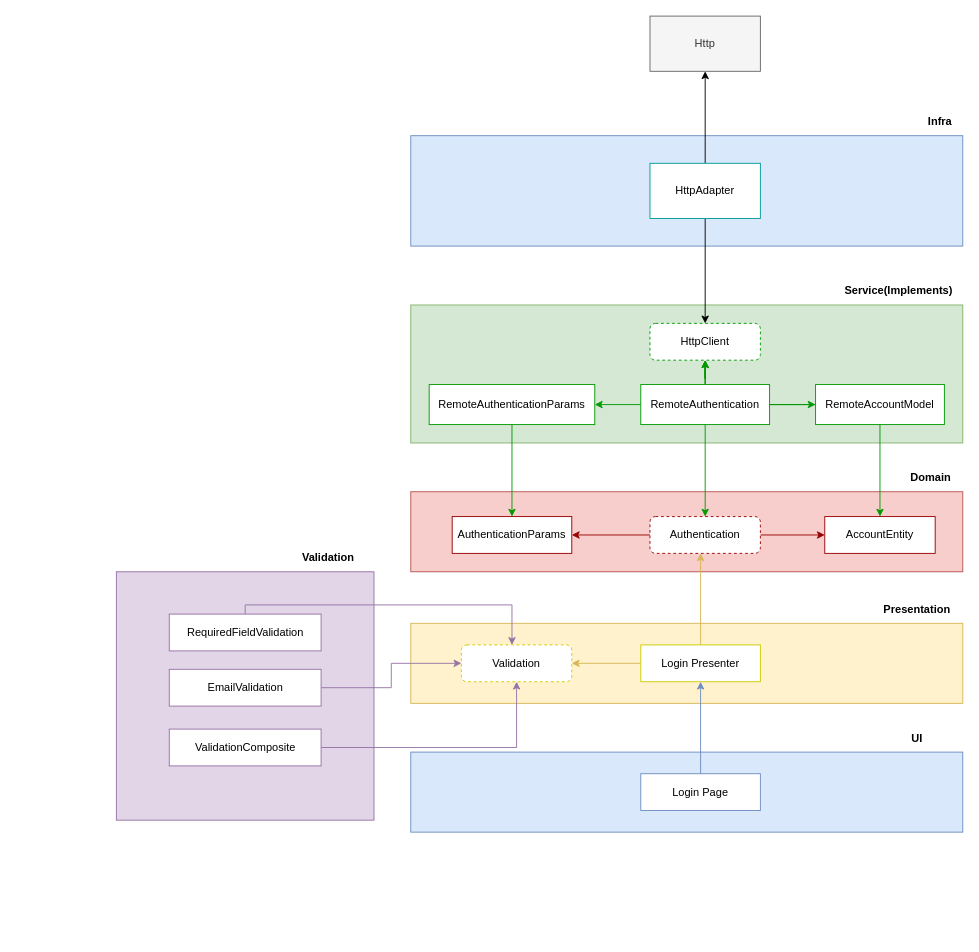
This is Untitled Diagram.drawio from VagnerWillian/estudo-tdd-clean-flutter, a draw.io file, before an edit. Source tidied: cells renumbered, new cells numbered last; positions are measured from the earlier drawing's top-left corner, leaving out a move shared by most shapes. Both pictures are drawn from the tidied source at 92%, with x=0, y=0 at pixel (116, 16).
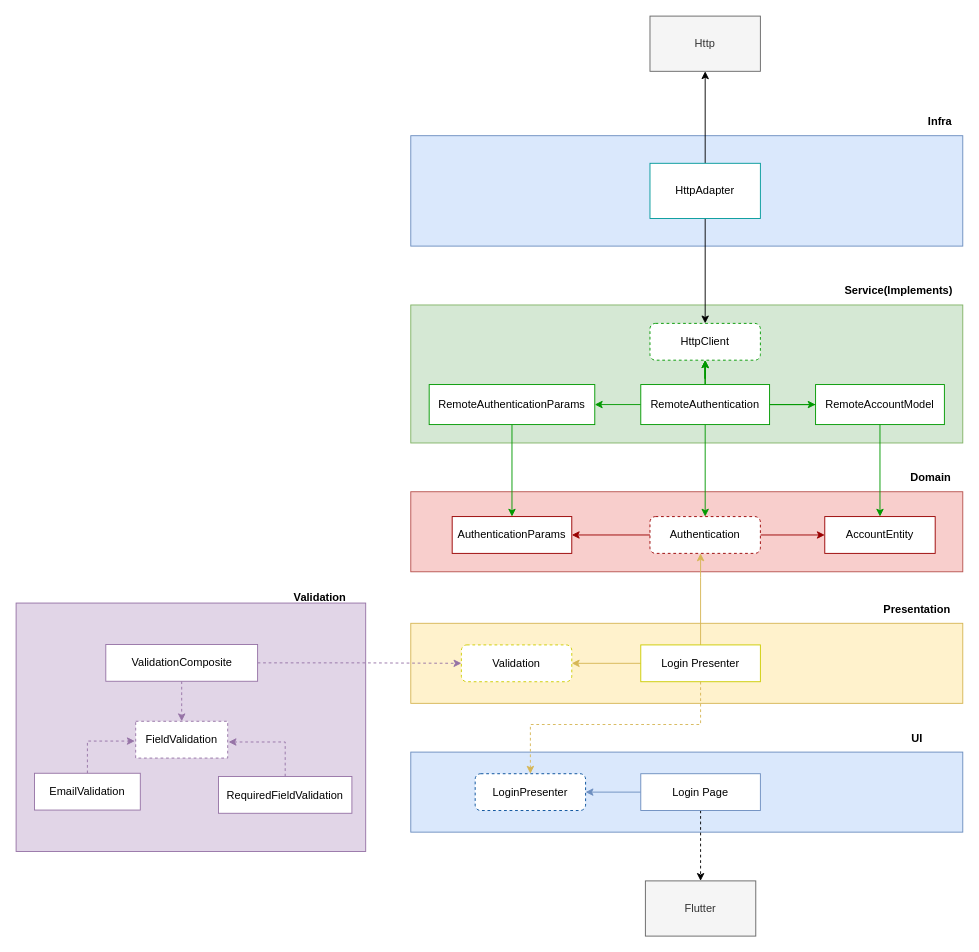
Above is the later version.

Unchanged cells that the change refers to:
```xml
<mxCell id="32" value="Login Presenter" style="rounded=0;whiteSpace=wrap;html=1;strokeColor=#CCCC00;" parent="1" vertex="1">
  <mxGeometry x="570" y="683.5" width="130" height="40" as="geometry" />
</mxCell>
<mxCell id="33" value="Validation" style="rounded=1;whiteSpace=wrap;html=1;dashed=1;strokeColor=#CCCC00;" parent="1" vertex="1">
  <mxGeometry x="375" y="683.5" width="120" height="40" as="geometry" />
</mxCell>
<mxCell id="36" value="Login Page" style="rounded=0;whiteSpace=wrap;html=1;strokeColor=#6c8ebf;fillColor=#FFFFFF;" parent="1" vertex="1">
  <mxGeometry x="570" y="823.5" width="130" height="40" as="geometry" />
</mxCell>
```

The edit, as a diff of the source:
```diff
@@
-    <mxCell id="35" style="edgeStyle=orthogonalEdgeStyle;rounded=0;jettySize=auto;html=1;fillColor=#dae8fc;strokeColor=#6c8ebf;" parent="1" edge="1" source="36" target="32">
-      <mxGeometry relative="1" as="geometry" />
-    </mxCell>
+    <mxCell id="47" style="edgeStyle=orthogonalEdgeStyle;rounded=0;jettySize=auto;html=1;fillColor=#dae8fc;strokeColor=#6c8ebf;" parent="1" edge="1" source="36" target="53">
+      <mxGeometry relative="1" as="geometry" />
+    </mxCell>
+    <mxCell id="48" style="edgeStyle=orthogonalEdgeStyle;rounded=0;jettySize=auto;html=1;dashed=1;" parent="1" edge="1" source="36" target="52">
+      <mxGeometry relative="1" as="geometry" />
+    </mxCell>
@@
     <mxCell id="39" style="rounded=0;whiteSpace=wrap;html=1;fillColor=#e1d5e7;strokeColor=#9673a6;" parent="1" vertex="1">
-      <mxGeometry y="604" width="280" height="270" as="geometry" />
+      <mxGeometry x="-109" y="638" width="380" height="270" as="geometry" />
     </mxCell>
-    <mxCell id="40" style="edgeStyle=orthogonalEdgeStyle;rounded=0;jettySize=auto;html=1;fillColor=#e1d5e7;strokeColor=#9673a6;" parent="1" edge="1" source="41" target="33">
-      <mxGeometry relative="1" as="geometry">
-        <Array as="points">
-          <mxPoint x="140" y="640" />
-          <mxPoint x="430" y="640" />
-        </Array>
-      </mxGeometry>
-    </mxCell>
+    <mxCell id="49" style="edgeStyle=orthogonalEdgeStyle;rounded=0;jettySize=auto;html=1;entryX=1.01;entryY=0.563;entryDx=0;entryDy=0;entryPerimeter=0;dashed=1;fillColor=#e1d5e7;strokeColor=#9673a6;" parent="1" edge="1" source="41" target="55">
+      <mxGeometry relative="1" as="geometry" />
+    </mxCell>
     <mxCell id="41" value="RequiredFieldValidation" style="rounded=0;whiteSpace=wrap;html=1;strokeColor=#9673a6;fillColor=#FFFFFF;" parent="1" vertex="1">
-      <mxGeometry x="57.5" y="650" width="165" height="40" as="geometry" />
+      <mxGeometry x="111" y="826.5" width="145" height="40" as="geometry" />
     </mxCell>
-    <mxCell id="42" style="edgeStyle=orthogonalEdgeStyle;rounded=0;jettySize=auto;html=1;fillColor=#e1d5e7;strokeColor=#9673a6;" parent="1" edge="1" source="43" target="33">
-      <mxGeometry relative="1" as="geometry" />
-    </mxCell>
+    <mxCell id="50" style="edgeStyle=orthogonalEdgeStyle;rounded=0;jettySize=auto;html=1;entryX=-0.01;entryY=0.538;entryDx=0;entryDy=0;entryPerimeter=0;dashed=1;fillColor=#e1d5e7;strokeColor=#9673a6;" parent="1" edge="1" source="43" target="55">
+      <mxGeometry relative="1" as="geometry" />
+    </mxCell>
     <mxCell id="43" value="EmailValidation" style="rounded=0;whiteSpace=wrap;html=1;strokeColor=#9673a6;fillColor=#FFFFFF;" parent="1" vertex="1">
-      <mxGeometry x="57.5" y="710" width="165" height="40" as="geometry" />
+      <mxGeometry x="-89" y="823" width="115" height="40" as="geometry" />
     </mxCell>
+    <mxCell id="51" style="edgeStyle=orthogonalEdgeStyle;rounded=0;jettySize=auto;html=1;dashed=1;fillColor=#e1d5e7;strokeColor=#9673a6;" parent="1" edge="1" source="45" target="55">
+      <mxGeometry relative="1" as="geometry" />
+    </mxCell>
-    <mxCell id="44" style="edgeStyle=orthogonalEdgeStyle;rounded=0;jettySize=auto;html=1;fillColor=#e1d5e7;strokeColor=#9673a6;" parent="1" edge="1" source="45" target="33">
+    <mxCell id="44" style="edgeStyle=orthogonalEdgeStyle;rounded=0;jettySize=auto;html=1;dashed=1;fillColor=#e1d5e7;strokeColor=#9673a6;" parent="1" edge="1" source="45" target="33">
       <mxGeometry relative="1" as="geometry" />
     </mxCell>
     <mxCell id="45" value="ValidationComposite" style="rounded=0;whiteSpace=wrap;html=1;strokeColor=#9673a6;fillColor=#FFFFFF;" parent="1" vertex="1">
-      <mxGeometry x="57.5" y="775" width="165" height="40" as="geometry" />
+      <mxGeometry x="-11.5" y="683" width="165" height="40" as="geometry" />
     </mxCell>
     <mxCell id="46" value="Validation" style="text;html=1;align=center;verticalAlign=middle;strokeColor=none;fillColor=none;fontStyle=1;" parent="1" vertex="1">
-      <mxGeometry x="190" y="574" width="80" height="30" as="geometry" />
+      <mxGeometry x="181" y="617" width="80" height="30" as="geometry" />
     </mxCell>
+    <mxCell id="52" value="Flutter" style="rounded=0;whiteSpace=wrap;html=1;strokeColor=#666666;fillColor=#f5f5f5;fontColor=#333333;" parent="1" vertex="1">
+      <mxGeometry x="575" y="940" width="120" height="60" as="geometry" />
+    </mxCell>
+    <mxCell id="53" value="LoginPresenter" style="rounded=1;whiteSpace=wrap;html=1;dashed=1;strokeColor=#004C99;" parent="1" vertex="1">
+      <mxGeometry x="390" y="823.5" width="120" height="40" as="geometry" />
+    </mxCell>
+    <mxCell id="54" style="edgeStyle=orthogonalEdgeStyle;rounded=0;jettySize=auto;html=1;fillColor=#fff2cc;strokeColor=#d6b656;dashed=1;" parent="1" edge="1" source="32" target="53">
+      <mxGeometry relative="1" as="geometry">
+        <Array as="points">
+          <mxPoint x="635" y="770" />
+          <mxPoint x="450" y="770" />
+        </Array>
+      </mxGeometry>
+    </mxCell>
+    <mxCell id="55" value="FieldValidation" style="rounded=0;whiteSpace=wrap;html=1;strokeColor=#9673a6;fillColor=#FFFFFF;dashed=1;" parent="1" vertex="1">
+      <mxGeometry x="21" y="766.5" width="100" height="40" as="geometry" />
+    </mxCell>
```
